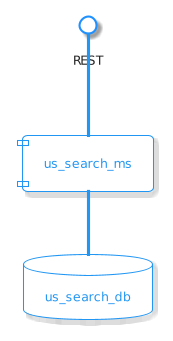
The PlantUML diagram static/img/plantuml/us_search_ms.png in z4yross/unstream_docs, before a commit.
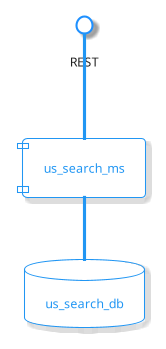
Later version of the same file.

The edit, as a diff of the source:
```diff
@@ -9,10 +9,11 @@
 
 skinparam arrowLollipopColor #White
 
-component us_search_ms as a
-database us_search_db as b
-interface REST
+component us_search_ms as us_search_ms
+database us_search_db as us_search_db
+interface REST as search_rest
 
-a -d- b
-a -u- REST
+us_search_ms -d- us_search_db
+us_search_ms -u- search_rest
+
 @enduml
```
